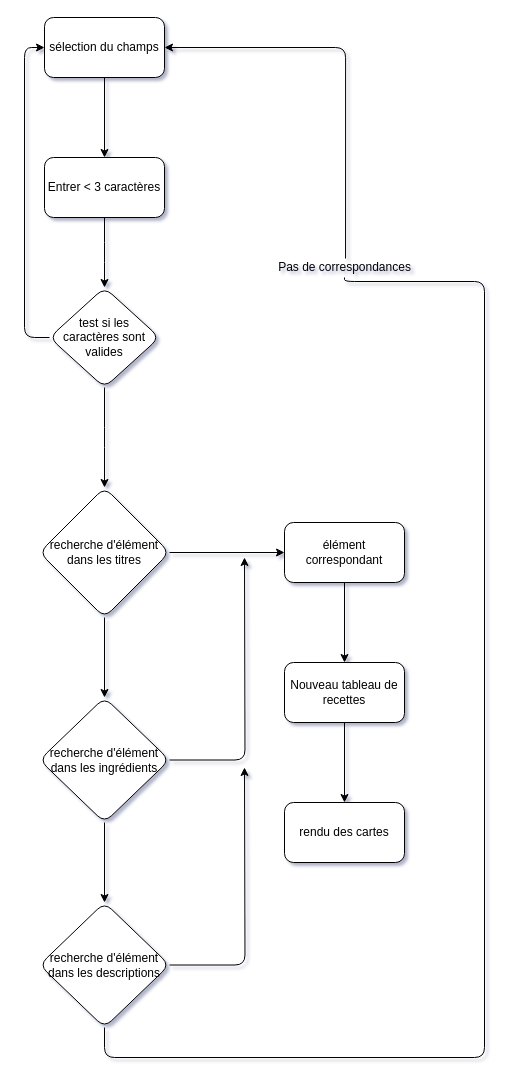
The draw.io diagram public/docs/Diagramme sans nom.drawio in Yan-Coquoz/P07-front-end_search-engine, before the edit. Source tidied: cells renumbered, new cells numbered last; positions are measured from the earlier drawing's top-left corner, leaving out a move shared by most shapes. Both pictures are drawn from the tidied source at 100%, with x=0, y=0 at pixel (24, 17).
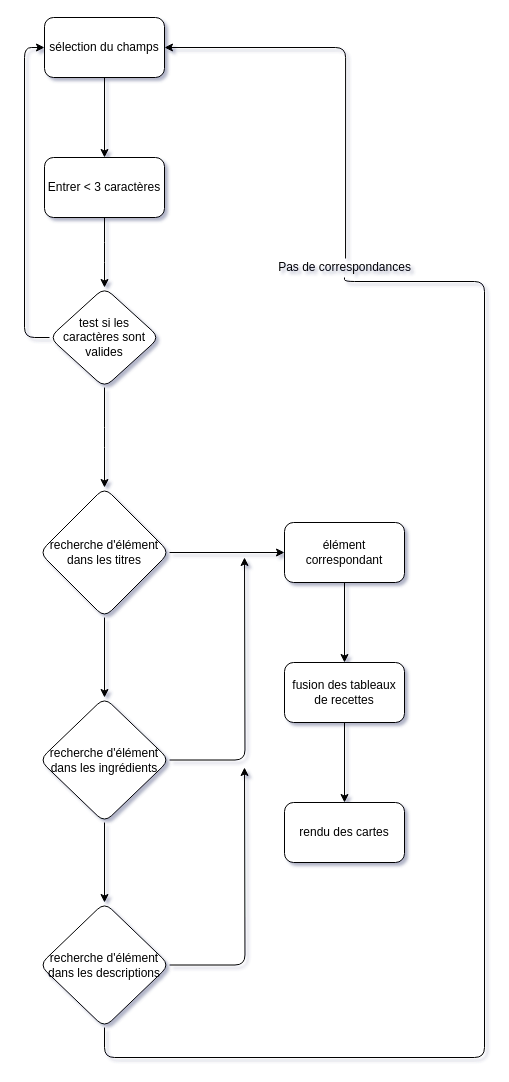
After the change.

Commit message:
Mettre à jour Diagramme sans nom.drawio

The edit, as a diff of the source:
```diff
@@
-    <mxCell id="21" value="Nouveau tableau de recettes" style="whiteSpace=wrap;html=1;rounded=1;" parent="1" vertex="1">
+    <mxCell id="21" value="fusion des tableaux de recettes" style="whiteSpace=wrap;html=1;rounded=1;" parent="1" vertex="1">
       <mxGeometry x="260" y="645" width="120" height="60" as="geometry" />
     </mxCell>
```
